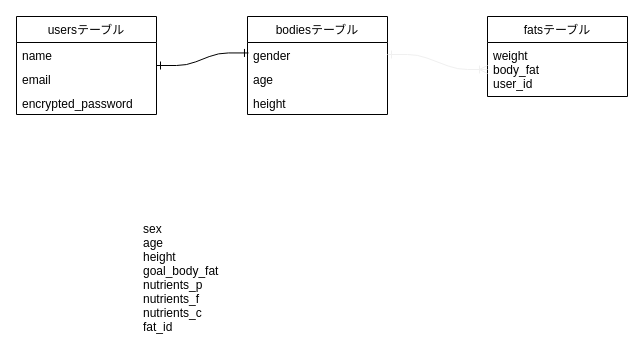
This is designdb.dio from HSKINK/bodyrecord, a draw.io file, before an edit. Source tidied: cells renumbered, new cells numbered last; positions are measured from the earlier drawing's top-left corner, leaving out a move shared by most shapes. Both pictures are drawn from the tidied source at 100%, with x=0, y=0 at pixel (16, 16).
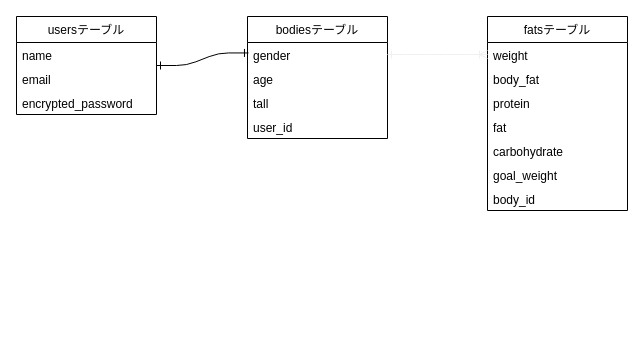
The same diagram, later.

Diff of the diagram source:
```diff
@@
     <mxCell id="6" value="fatsテーブル" style="swimlane;fontStyle=0;horizontal=1;startSize=26;" parent="1" vertex="1">
-      <mxGeometry x="471" width="140" height="80" as="geometry" />
+      <mxGeometry x="471" width="140" height="194" as="geometry" />
     </mxCell>
-    <mxCell id="7" value="weight&#10;body_fat&#10;user_id" style="text;strokeColor=none;fillColor=none;align=left;verticalAlign=top;spacingLeft=4;spacingRight=4;overflow=hidden;points=[[0,0.5],[1,0.5]];portConstraint=eastwest;" parent="6" vertex="1">
-      <mxGeometry y="26" width="140" height="54" as="geometry" />
+    <mxCell id="7" value="weight" style="text;strokeColor=none;fillColor=none;align=left;verticalAlign=top;spacingLeft=4;spacingRight=4;overflow=hidden;points=[[0,0.5],[1,0.5]];portConstraint=eastwest;" parent="6" vertex="1">
+      <mxGeometry y="26" width="140" height="24" as="geometry" />
     </mxCell>
+    <mxCell id="15" value="body_fat" style="text;strokeColor=none;fillColor=none;align=left;verticalAlign=top;spacingLeft=4;spacingRight=4;overflow=hidden;" parent="6" vertex="1">
+      <mxGeometry y="50" width="140" height="24" as="geometry" />
+    </mxCell>
+    <mxCell id="16" value="protein" style="text;strokeColor=none;fillColor=none;align=left;verticalAlign=top;spacingLeft=4;spacingRight=4;overflow=hidden;" parent="6" vertex="1">
+      <mxGeometry y="74" width="140" height="24" as="geometry" />
+    </mxCell>
+    <mxCell id="17" value="fat" style="text;strokeColor=none;fillColor=none;align=left;verticalAlign=top;spacingLeft=4;spacingRight=4;overflow=hidden;" parent="6" vertex="1">
+      <mxGeometry y="98" width="140" height="24" as="geometry" />
+    </mxCell>
+    <mxCell id="18" value="carbohydrate" style="text;strokeColor=none;fillColor=none;align=left;verticalAlign=top;spacingLeft=4;spacingRight=4;overflow=hidden;" parent="6" vertex="1">
+      <mxGeometry y="122" width="140" height="24" as="geometry" />
+    </mxCell>
+    <mxCell id="19" value="goal_weight" style="text;strokeColor=none;fillColor=none;align=left;verticalAlign=top;spacingLeft=4;spacingRight=4;overflow=hidden;" parent="6" vertex="1">
+      <mxGeometry y="146" width="140" height="24" as="geometry" />
+    </mxCell>
+    <mxCell id="20" value="body_id" style="text;strokeColor=none;fillColor=none;align=left;verticalAlign=top;spacingLeft=4;spacingRight=4;overflow=hidden;" parent="6" vertex="1">
+      <mxGeometry y="170" width="140" height="24" as="geometry" />
+    </mxCell>
     <mxCell id="8" value="bodiesテーブル" style="swimlane;fontStyle=0;horizontal=1;startSize=26;" parent="1" vertex="1">
-      <mxGeometry x="231" width="140" height="98" as="geometry" />
+      <mxGeometry x="231" width="140" height="122" as="geometry" />
     </mxCell>
@@
-    <mxCell id="11" value="height" style="text;strokeColor=none;fillColor=none;align=left;verticalAlign=top;spacingLeft=4;spacingRight=4;overflow=hidden;" parent="8" vertex="1">
+    <mxCell id="11" value="tall" style="text;strokeColor=none;fillColor=none;align=left;verticalAlign=top;spacingLeft=4;spacingRight=4;overflow=hidden;" parent="8" vertex="1">
       <mxGeometry y="74" width="140" height="24" as="geometry" />
     </mxCell>
+    <mxCell id="21" value="user_id" style="text;strokeColor=none;fillColor=none;align=left;verticalAlign=top;spacingLeft=4;spacingRight=4;overflow=hidden;" parent="8" vertex="1">
+      <mxGeometry y="98" width="140" height="24" as="geometry" />
+    </mxCell>
@@
-    <mxCell id="14" value="sex&#10;age&#10;height&#10;goal_body_fat&#10;nutrients_p&#10;nutrients_f&#10;nutrients_c&#10;fat_id" style="text;strokeColor=none;fillColor=none;align=left;verticalAlign=top;spacingLeft=4;spacingRight=4;overflow=hidden;" parent="1" vertex="1">
-      <mxGeometry x="121" y="199" width="140" height="124" as="geometry" />
-    </mxCell>
```
